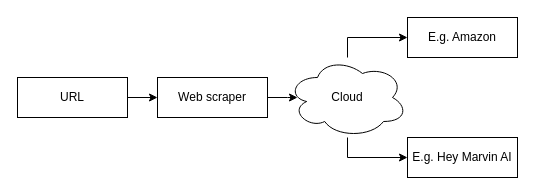
Before: Design Diagrams/D0.drawio in AAlkiyumi/Senior-Design-Project, a draw.io diagram. Source tidied: cells renumbered, new cells numbered last; positions are measured from the earlier drawing's top-left corner, leaving out a move shared by most shapes. Both pictures are drawn from the tidied source at 100%, with x=0, y=0 at pixel (17, 17).
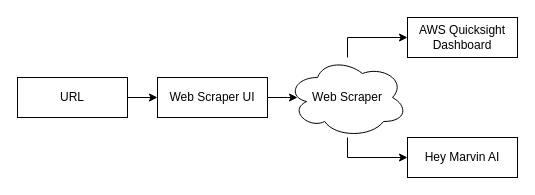
The same diagram, later.

The edit, as a diff of the source:
```diff
@@
 <mxGraphModel>
   <root>
     <mxCell id="0" />
     <mxCell id="1" parent="0" />
     <mxCell id="2" style="edgeStyle=orthogonalEdgeStyle;rounded=0;jettySize=auto;html=1;entryX=0;entryY=0.5;entryDx=0;entryDy=0;" parent="1" edge="1" source="3" target="5">
       <mxGeometry relative="1" as="geometry" />
     </mxCell>
     <mxCell id="3" value="URL" style="rounded=0;whiteSpace=wrap;html=1;" parent="1" vertex="1">
       <mxGeometry y="60" width="110" height="40" as="geometry" />
     </mxCell>
     <mxCell id="4" style="edgeStyle=orthogonalEdgeStyle;rounded=0;jettySize=auto;html=1;" parent="1" edge="1" source="5">
       <mxGeometry relative="1" as="geometry">
         <mxPoint x="280" y="80" as="targetPoint" />
       </mxGeometry>
     </mxCell>
-    <mxCell id="5" value="Web scraper" style="rounded=0;whiteSpace=wrap;html=1;" parent="1" vertex="1">
+    <mxCell id="5" value="Web Scraper UI" style="rounded=0;whiteSpace=wrap;html=1;" parent="1" vertex="1">
       <mxGeometry x="140" y="60" width="110" height="40" as="geometry" />
     </mxCell>
     <mxCell id="6" style="edgeStyle=orthogonalEdgeStyle;rounded=0;jettySize=auto;html=1;entryX=0;entryY=0.5;entryDx=0;entryDy=0;" parent="1" edge="1" source="8" target="9">
       <mxGeometry relative="1" as="geometry" />
     </mxCell>
     <mxCell id="7" style="edgeStyle=orthogonalEdgeStyle;rounded=0;jettySize=auto;html=1;entryX=0;entryY=0.5;entryDx=0;entryDy=0;" parent="1" edge="1" source="8" target="10">
       <mxGeometry relative="1" as="geometry" />
     </mxCell>
-    <mxCell id="8" value="Cloud" style="ellipse;shape=cloud;whiteSpace=wrap;html=1;" parent="1" vertex="1">
+    <mxCell id="8" value="Web Scraper" style="ellipse;shape=cloud;whiteSpace=wrap;html=1;" parent="1" vertex="1">
       <mxGeometry x="270" y="40" width="120" height="80" as="geometry" />
     </mxCell>
-    <mxCell id="9" value="E.g. Amazon" style="rounded=0;whiteSpace=wrap;html=1;" parent="1" vertex="1">
+    <mxCell id="9" value="AWS Quicksight Dashboard" style="rounded=0;whiteSpace=wrap;html=1;" parent="1" vertex="1">
       <mxGeometry x="390" width="110" height="40" as="geometry" />
     </mxCell>
-    <mxCell id="10" value="E.g. Hey Marvin AI" style="rounded=0;whiteSpace=wrap;html=1;" parent="1" vertex="1">
+    <mxCell id="10" value="Hey Marvin AI" style="rounded=0;whiteSpace=wrap;html=1;" parent="1" vertex="1">
       <mxGeometry x="390" y="120" width="110" height="40" as="geometry" />
     </mxCell>
   </root>
 </mxGraphModel>
```
